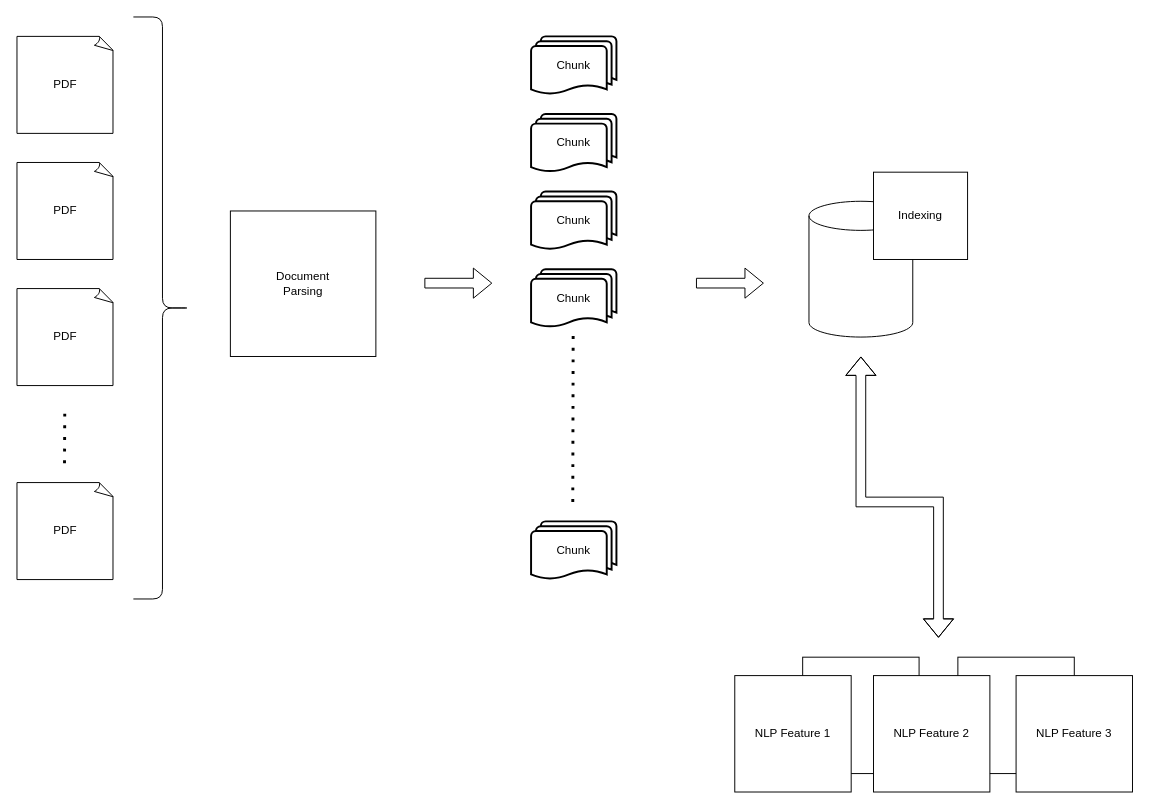
Earlier version of the draw.io diagram Untitled Diagram.drawio (xiaochen93/xiaochen93). Source tidied: cells renumbered, new cells numbered last; positions are measured from the earlier drawing's top-left corner, leaving out a move shared by most shapes. Both pictures are drawn from the tidied source at 97%, with x=0, y=0 at pixel (16, 16).
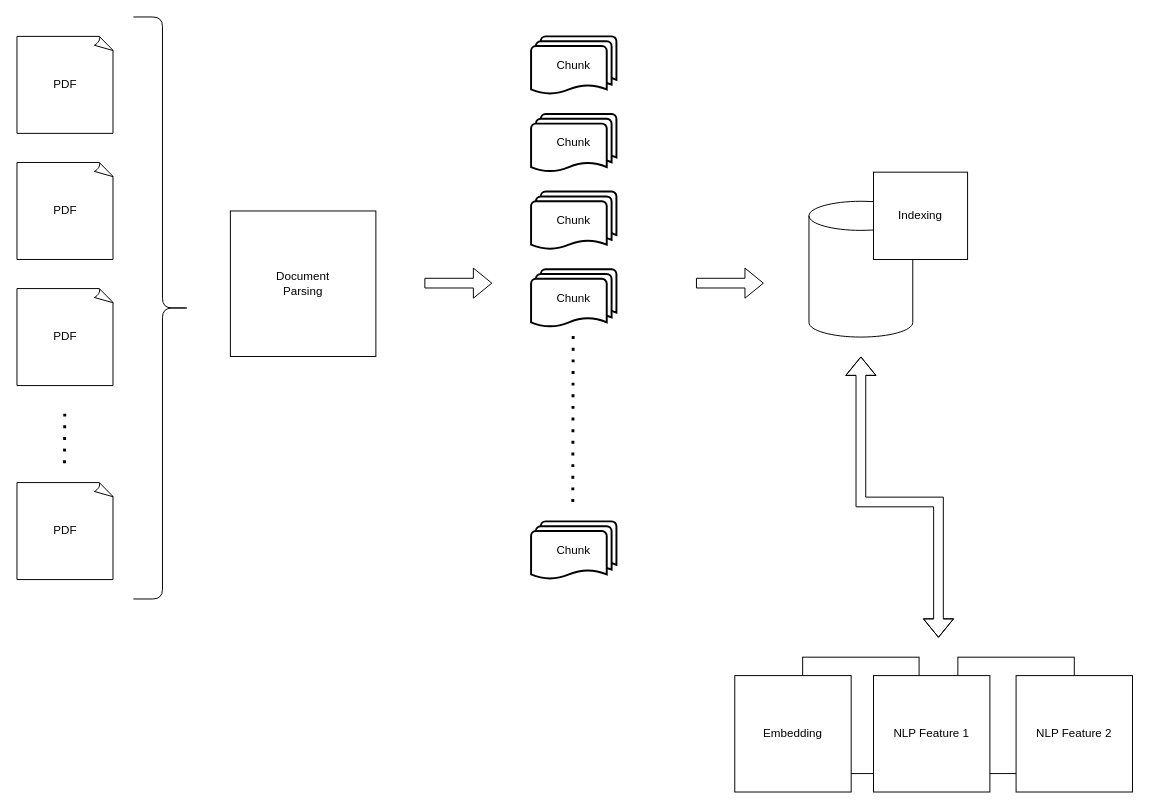
The same diagram, later.

The edit, as a diff of the source:
```diff
@@
-    <mxCell id="20" value="NLP Feature 1" style="whiteSpace=wrap;html=1;direction=south;" parent="1" vertex="1">
+    <mxCell id="20" value="Embedding" style="whiteSpace=wrap;html=1;direction=south;" parent="1" vertex="1">
       <mxGeometry x="740" y="679" width="120" height="120" as="geometry" />
     </mxCell>
-    <mxCell id="21" value="&lt;div&gt;NLP Feature 2&lt;/div&gt;" style="whiteSpace=wrap;html=1;" parent="1" vertex="1">
+    <mxCell id="21" value="&lt;div&gt;NLP Feature 1&lt;/div&gt;" style="whiteSpace=wrap;html=1;" parent="1" vertex="1">
       <mxGeometry x="883" y="679" width="120" height="120" as="geometry" />
     </mxCell>
-    <mxCell id="22" value="&lt;div&gt;NLP Feature 3&lt;/div&gt;" style="whiteSpace=wrap;html=1;" parent="1" vertex="1">
+    <mxCell id="22" value="&lt;div&gt;NLP Feature 2&lt;/div&gt;" style="whiteSpace=wrap;html=1;" parent="1" vertex="1">
       <mxGeometry x="1030" y="679" width="120" height="120" as="geometry" />
     </mxCell>
```
